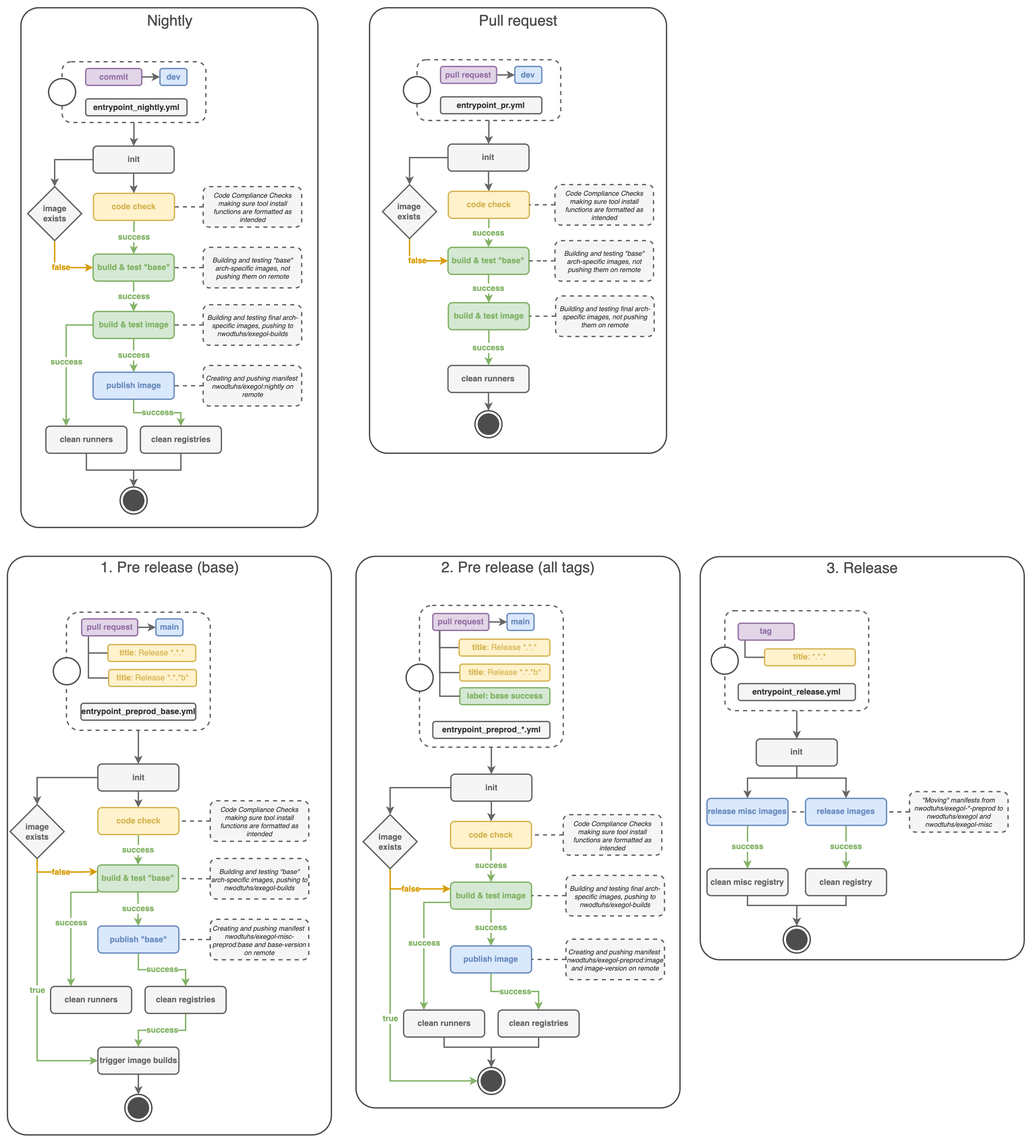
Earlier version of the draw.io export source/assets/gh_pipelines.png (ThePorgs/Exegol-docs). Source tidied: cells renumbered, new cells last; positions are measured from the earlier drawing's top-left corner, leaving out a move shared by most shapes.
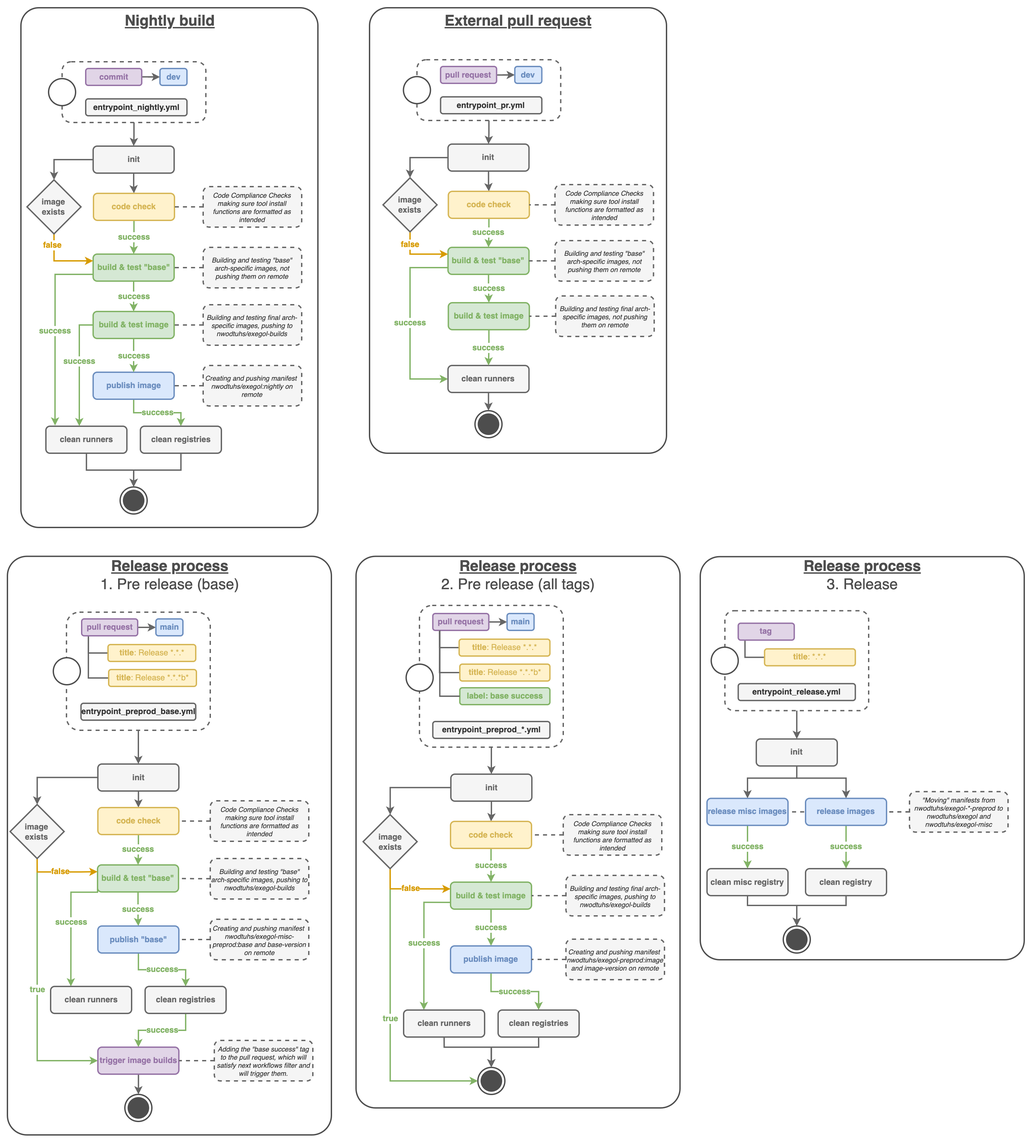
After the commit.

What changed in the source:
```diff
@@ -101,7 +101,7 @@
     <mxCell id="31" style="edgeStyle=orthogonalEdgeStyle;rounded=0;jettySize=auto;html=1;strokeColor=#666666;strokeWidth=2;" parent="1" edge="1" source="32" target="17">
       <mxGeometry relative="1" as="geometry" />
     </mxCell>
-    <mxCell id="32" value="trigger image builds" style="rounded=1;whiteSpace=wrap;html=1;fontSize=12;glass=0;strokeWidth=2;shadow=0;fillColor=#f5f5f5;fontColor=#666666;strokeColor=#666666;fontStyle=1;" parent="1" vertex="1">
+    <mxCell id="32" value="trigger image builds" style="rounded=1;whiteSpace=wrap;html=1;fontSize=12;glass=0;strokeWidth=2;shadow=0;fillColor=#e1d5e7;strokeColor=#9673a6;fontStyle=1;fontColor=#9673A6;" parent="1" vertex="1">
       <mxGeometry x="133.5" y="1540" width="120" height="40" as="geometry" />
     </mxCell>
     <mxCell id="33" style="edgeStyle=orthogonalEdgeStyle;rounded=0;jettySize=auto;html=1;strokeColor=#666666;strokeWidth=2;" parent="1" edge="1" source="35" target="39">
@@ -128,6 +128,9 @@
     <mxCell id="40" value="success" style="edgeStyle=orthogonalEdgeStyle;rounded=0;jettySize=auto;html=1;strokeWidth=2;fillColor=#d5e8d4;strokeColor=#82b366;fontColor=#82B366;fontSize=12;fontStyle=1;" parent="1" edge="1" source="41" target="52">
       <mxGeometry relative="1" as="geometry" />
     </mxCell>
+    <mxCell id="169" value="success" style="edgeStyle=orthogonalEdgeStyle;rounded=0;jettySize=auto;html=1;exitX=0;exitY=0.75;exitDx=0;exitDy=0;entryX=0.113;entryY=-0.025;entryDx=0;entryDy=0;fillColor=#d5e8d4;strokeColor=#82b366;strokeWidth=2;fontColor=#82B366;fontStyle=1;fontSize=12;entryPerimeter=0;" parent="1" edge="1" source="41" target="45">
+      <mxGeometry relative="1" as="geometry" />
+    </mxCell>
     <mxCell id="41" value="build &amp;amp; test &quot;base&quot;" style="rounded=1;whiteSpace=wrap;html=1;fontSize=12;glass=0;strokeWidth=2;shadow=0;fillColor=#d5e8d4;strokeColor=#82b366;fontStyle=1;fontColor=#82B366;" parent="1" vertex="1">
       <mxGeometry x="126.5" y="365" width="120" height="40" as="geometry" />
     </mxCell>
@@ -149,17 +152,23 @@
     <mxCell id="47" value="clean registries" style="rounded=1;whiteSpace=wrap;html=1;fontSize=12;glass=0;strokeWidth=2;shadow=0;fillColor=#f5f5f5;fontColor=#666666;strokeColor=#666666;fontStyle=1;" parent="1" vertex="1">
       <mxGeometry x="196.5" y="620" width="120" height="40" as="geometry" />
     </mxCell>
-    <mxCell id="48" value="false" style="edgeStyle=orthogonalEdgeStyle;rounded=0;jettySize=auto;html=1;exitX=0.5;exitY=1;exitDx=0;exitDy=0;entryX=0;entryY=0.5;entryDx=0;entryDy=0;strokeWidth=2;strokeColor=#D79B00;fontStyle=1;fontColor=#D79B00;fontSize=12;" parent="1" edge="1" source="49" target="41">
-      <mxGeometry relative="1" as="geometry" />
+    <mxCell id="48" value="false" style="edgeStyle=orthogonalEdgeStyle;rounded=0;jettySize=auto;html=1;exitX=0.5;exitY=1;exitDx=0;exitDy=0;entryX=0;entryY=0.25;entryDx=0;entryDy=0;strokeWidth=2;strokeColor=#D79B00;fontStyle=1;fontColor=#D79B00;fontSize=12;" parent="1" edge="1" source="49" target="41">
+      <mxGeometry x="-0.66" y="-3" relative="1" as="geometry" />
     </mxCell>
     <mxCell id="49" value="image&lt;br&gt;exists" style="rhombus;whiteSpace=wrap;html=1;fillColor=#f5f5f5;fontColor=#666666;strokeColor=#666666;strokeWidth=2;fontStyle=1;" parent="1" vertex="1">
-      <mxGeometry x="29.5" y="265" width="80" height="80" as="geometry" />
+      <mxGeometry x="28.5" y="255" width="80" height="80" as="geometry" />
     </mxCell>
     <mxCell id="50" value="success" style="edgeStyle=orthogonalEdgeStyle;rounded=0;jettySize=auto;html=1;strokeWidth=2;fillColor=#d5e8d4;strokeColor=#82b366;fontColor=#82B366;fontSize=12;fontStyle=1;" parent="1" edge="1" source="52" target="43">
       <mxGeometry relative="1" as="geometry" />
     </mxCell>
-    <mxCell id="51" value="success" style="edgeStyle=orthogonalEdgeStyle;rounded=0;jettySize=auto;html=1;entryX=0.25;entryY=0;entryDx=0;entryDy=0;exitX=0;exitY=0.5;exitDx=0;exitDy=0;strokeWidth=2;fillColor=#d5e8d4;strokeColor=#82b366;fontColor=#82B366;fontSize=12;fontStyle=1;" parent="1" edge="1" source="52" target="45">
-      <mxGeometry relative="1" as="geometry" />
+    <mxCell id="51" value="success" style="edgeStyle=orthogonalEdgeStyle;rounded=0;jettySize=auto;html=1;exitX=0;exitY=0.5;exitDx=0;exitDy=0;strokeWidth=2;fillColor=#d5e8d4;strokeColor=#82b366;fontColor=#82B366;fontSize=12;fontStyle=1;" parent="1" edge="1" source="52">
+      <mxGeometry x="-0.13" relative="1" as="geometry">
+        <mxPoint x="106" y="620" as="targetPoint" />
+        <Array as="points">
+          <mxPoint x="106" y="470" />
+          <mxPoint x="106" y="620" />
+        </Array>
+      </mxGeometry>
     </mxCell>
     <mxCell id="52" value="build &amp;amp; test image" style="rounded=1;whiteSpace=wrap;html=1;fontSize=12;glass=0;strokeWidth=2;shadow=0;fillColor=#d5e8d4;strokeColor=#82b366;fontStyle=1;fontColor=#82B366;" parent="1" vertex="1">
       <mxGeometry x="126.5" y="450" width="120" height="40" as="geometry" />
@@ -373,6 +382,14 @@
     <mxCell id="106" value="success" style="edgeStyle=orthogonalEdgeStyle;rounded=0;jettySize=auto;html=1;strokeWidth=2;fillColor=#d5e8d4;strokeColor=#82b366;fontColor=#82B366;fontSize=12;fontStyle=1;" parent="1" edge="1" source="107" target="113">
       <mxGeometry relative="1" as="geometry" />
     </mxCell>
+    <mxCell id="170" value="&lt;b&gt;success&lt;/b&gt;" style="edgeStyle=orthogonalEdgeStyle;rounded=0;jettySize=auto;html=1;exitX=0;exitY=0.75;exitDx=0;exitDy=0;entryX=0;entryY=0.5;entryDx=0;entryDy=0;fontSize=12;fontColor=#82B366;strokeWidth=2;fillColor=#d5e8d4;strokeColor=#82b366;" parent="1" edge="1" source="107" target="109">
+      <mxGeometry relative="1" as="geometry">
+        <Array as="points">
+          <mxPoint x="596" y="385" />
+          <mxPoint x="596" y="550" />
+        </Array>
+      </mxGeometry>
+    </mxCell>
     <mxCell id="107" value="build &amp;amp; test &quot;base&quot;" style="rounded=1;whiteSpace=wrap;html=1;fontSize=12;glass=0;strokeWidth=2;shadow=0;fillColor=#d5e8d4;strokeColor=#82b366;fontStyle=1;fontColor=#82B366;" parent="1" vertex="1">
       <mxGeometry x="652.2" y="355" width="120" height="40" as="geometry" />
     </mxCell>
@@ -382,11 +399,11 @@
     <mxCell id="109" value="clean runners" style="rounded=1;whiteSpace=wrap;html=1;fontSize=12;glass=0;strokeWidth=2;shadow=0;fillColor=#f5f5f5;fontColor=#666666;strokeColor=#666666;fontStyle=1;" parent="1" vertex="1">
       <mxGeometry x="652.2" y="530" width="120" height="40" as="geometry" />
     </mxCell>
-    <mxCell id="110" value="false" style="edgeStyle=orthogonalEdgeStyle;rounded=0;jettySize=auto;html=1;exitX=0.5;exitY=1;exitDx=0;exitDy=0;entryX=0;entryY=0.5;entryDx=0;entryDy=0;strokeWidth=2;strokeColor=#D79B00;fontStyle=1;fontColor=#D79B00;fontSize=12;" parent="1" edge="1" source="111" target="107">
-      <mxGeometry relative="1" as="geometry" />
+    <mxCell id="110" value="false" style="edgeStyle=orthogonalEdgeStyle;rounded=0;jettySize=auto;html=1;exitX=0.5;exitY=1;exitDx=0;exitDy=0;entryX=0;entryY=0.25;entryDx=0;entryDy=0;strokeWidth=2;strokeColor=#D79B00;fontStyle=1;fontColor=#D79B00;fontSize=12;" parent="1" edge="1" source="111" target="107">
+      <mxGeometry x="-0.6" relative="1" as="geometry" />
     </mxCell>
     <mxCell id="111" value="image&lt;br&gt;exists" style="rhombus;whiteSpace=wrap;html=1;fillColor=#f5f5f5;fontColor=#666666;strokeColor=#666666;strokeWidth=2;fontStyle=1;" parent="1" vertex="1">
-      <mxGeometry x="555.2" y="262" width="80" height="80" as="geometry" />
+      <mxGeometry x="556" y="252" width="80" height="80" as="geometry" />
     </mxCell>
     <mxCell id="112" value="success" style="edgeStyle=orthogonalEdgeStyle;rounded=0;jettySize=auto;html=1;strokeWidth=2;fillColor=#d5e8d4;strokeColor=#82b366;fontColor=#82B366;fontSize=12;fontStyle=1;" parent="1" edge="1" source="113" target="109">
       <mxGeometry relative="1" as="geometry" />
@@ -458,20 +475,20 @@
     <mxCell id="129" value="release images" style="rounded=1;whiteSpace=wrap;html=1;fontSize=12;glass=0;strokeWidth=2;shadow=0;fillColor=#dae8fc;strokeColor=#6c8ebf;fontStyle=1;fontColor=#6C8EBF;" parent="1" vertex="1">
       <mxGeometry x="1182" y="1171.4" width="120" height="40" as="geometry" />
     </mxCell>
-    <mxCell id="130" value="&lt;font style=&quot;font-size: 22px;&quot; color=&quot;#4d4d4d&quot;&gt;Nightly&lt;/font&gt;" style="text;html=1;align=center;verticalAlign=middle;strokeColor=none;fillColor=none;fontSize=12;fontColor=#82B366;" parent="1" vertex="1">
-      <mxGeometry x="199.5" y="10" width="80" height="20" as="geometry" />
+    <mxCell id="130" value="&lt;font style=&quot;font-size: 22px;&quot; color=&quot;#4d4d4d&quot;&gt;&lt;u&gt;&lt;b&gt;Nightly build&lt;/b&gt;&lt;/u&gt;&lt;/font&gt;" style="text;html=1;align=center;verticalAlign=middle;strokeColor=none;fillColor=none;fontSize=12;fontColor=#82B366;" parent="1" vertex="1">
+      <mxGeometry x="164.5" y="10" width="150" height="20" as="geometry" />
     </mxCell>
-    <mxCell id="131" value="&lt;font style=&quot;font-size: 22px;&quot; color=&quot;#4d4d4d&quot;&gt;1. Pre release (base)&lt;/font&gt;" style="text;html=1;align=center;verticalAlign=middle;strokeColor=none;fillColor=none;fontSize=12;fontColor=#82B366;" parent="1" vertex="1">
-      <mxGeometry x="129.5" y="820" width="220" height="20" as="geometry" />
+    <mxCell id="131" value="&lt;font style=&quot;font-size: 22px;&quot; color=&quot;#4d4d4d&quot;&gt;&lt;u&gt;&lt;b&gt;Release process&lt;/b&gt;&lt;/u&gt;&lt;br&gt;1. Pre release (base)&lt;/font&gt;" style="text;html=1;align=center;verticalAlign=middle;strokeColor=none;fillColor=none;fontSize=12;fontColor=#82B366;" parent="1" vertex="1">
+      <mxGeometry x="129.5" y="820.9" width="220" height="40" as="geometry" />
     </mxCell>
-    <mxCell id="132" value="&lt;font style=&quot;font-size: 22px;&quot; color=&quot;#4d4d4d&quot;&gt;2. Pre release (all tags)&lt;/font&gt;" style="text;html=1;align=center;verticalAlign=middle;strokeColor=none;fillColor=none;fontSize=12;fontColor=#82B366;" parent="1" vertex="1">
-      <mxGeometry x="636" y="820" width="240" height="20" as="geometry" />
+    <mxCell id="132" value="&lt;u style=&quot;color: rgb(77, 77, 77); font-size: 22px;&quot;&gt;&lt;b&gt;Release process&lt;/b&gt;&lt;/u&gt;&lt;font style=&quot;font-size: 22px;&quot; color=&quot;#4d4d4d&quot;&gt;&lt;br&gt;2. Pre release (all tags)&lt;/font&gt;" style="text;html=1;align=center;verticalAlign=middle;strokeColor=none;fillColor=none;fontSize=12;fontColor=#82B366;" parent="1" vertex="1">
+      <mxGeometry x="636" y="820.9" width="240" height="40" as="geometry" />
     </mxCell>
-    <mxCell id="133" value="&lt;font style=&quot;font-size: 22px;&quot; color=&quot;#4d4d4d&quot;&gt;Pull request&lt;/font&gt;" style="text;html=1;align=center;verticalAlign=middle;strokeColor=none;fillColor=none;fontSize=12;fontColor=#82B366;" parent="1" vertex="1">
-      <mxGeometry x="691" y="10" width="130" height="20" as="geometry" />
+    <mxCell id="133" value="&lt;font style=&quot;font-size: 22px;&quot; color=&quot;#4d4d4d&quot;&gt;&lt;u&gt;&lt;b&gt;External pull request&lt;/b&gt;&lt;/u&gt;&lt;/font&gt;" style="text;html=1;align=center;verticalAlign=middle;strokeColor=none;fillColor=none;fontSize=12;fontColor=#82B366;" parent="1" vertex="1">
+      <mxGeometry x="641" y="10" width="230" height="20" as="geometry" />
     </mxCell>
-    <mxCell id="134" value="&lt;font style=&quot;font-size: 22px;&quot; color=&quot;#4d4d4d&quot;&gt;3. Release&lt;/font&gt;" style="text;html=1;align=center;verticalAlign=middle;strokeColor=none;fillColor=none;fontSize=12;fontColor=#82B366;" parent="1" vertex="1">
-      <mxGeometry x="1206" y="820.9" width="120" height="20" as="geometry" />
+    <mxCell id="134" value="&lt;u style=&quot;color: rgb(77, 77, 77); font-size: 22px;&quot;&gt;&lt;b&gt;Release process&lt;/b&gt;&lt;/u&gt;&lt;font style=&quot;font-size: 22px;&quot; color=&quot;#4d4d4d&quot;&gt;&lt;br&gt;3. Release&lt;/font&gt;" style="text;html=1;align=center;verticalAlign=middle;strokeColor=none;fillColor=none;fontSize=12;fontColor=#82B366;" parent="1" vertex="1">
+      <mxGeometry x="1171" y="820.9" width="190" height="40" as="geometry" />
     </mxCell>
     <mxCell id="135" style="edgeStyle=orthogonalEdgeStyle;rounded=0;jettySize=auto;html=1;exitX=0;exitY=0.5;exitDx=0;exitDy=0;labelBackgroundColor=none;fontSize=10;fontColor=#D79B00;endArrow=none;endFill=0;strokeColor=#666666;strokeWidth=2;dashed=1;" parent="1" edge="1" source="136" target="39">
       <mxGeometry relative="1" as="geometry" />
@@ -585,5 +602,11 @@
     <mxCell id="168" style="shape=mxgraph.sysml.actFinal;html=1;verticalLabelPosition=bottom;labelBackgroundColor=#ffffff;verticalAlign=top;strokeWidth=2;strokeColor=#4D4D4D;" parent="1" vertex="1">
       <mxGeometry x="1149" y="1360.5" width="40" height="40" as="geometry" />
     </mxCell>
+    <mxCell id="171" value="Adding the &quot;base success&quot; tag to the pull request, which will satisfy next workflows filter and will trigger them." style="rounded=1;whiteSpace=wrap;html=1;dashed=1;labelBackgroundColor=none;fontSize=10;strokeColor=#666666;strokeWidth=2;fillColor=#f5f5f5;fontColor=#333333;fontStyle=2;" parent="1" vertex="1">
+      <mxGeometry x="306" y="1530" width="146" height="60" as="geometry" />
+    </mxCell>
+    <mxCell id="172" style="edgeStyle=orthogonalEdgeStyle;rounded=0;jettySize=auto;html=1;entryX=1;entryY=0.5;entryDx=0;entryDy=0;dashed=1;labelBackgroundColor=none;fontSize=10;fontColor=#D79B00;endArrow=none;endFill=0;strokeColor=#666666;strokeWidth=2;exitX=0;exitY=0.5;exitDx=0;exitDy=0;" parent="1" edge="1" source="171" target="32">
+      <mxGeometry relative="1" as="geometry" />
+    </mxCell>
   </root>
 </mxGraphModel>
```
